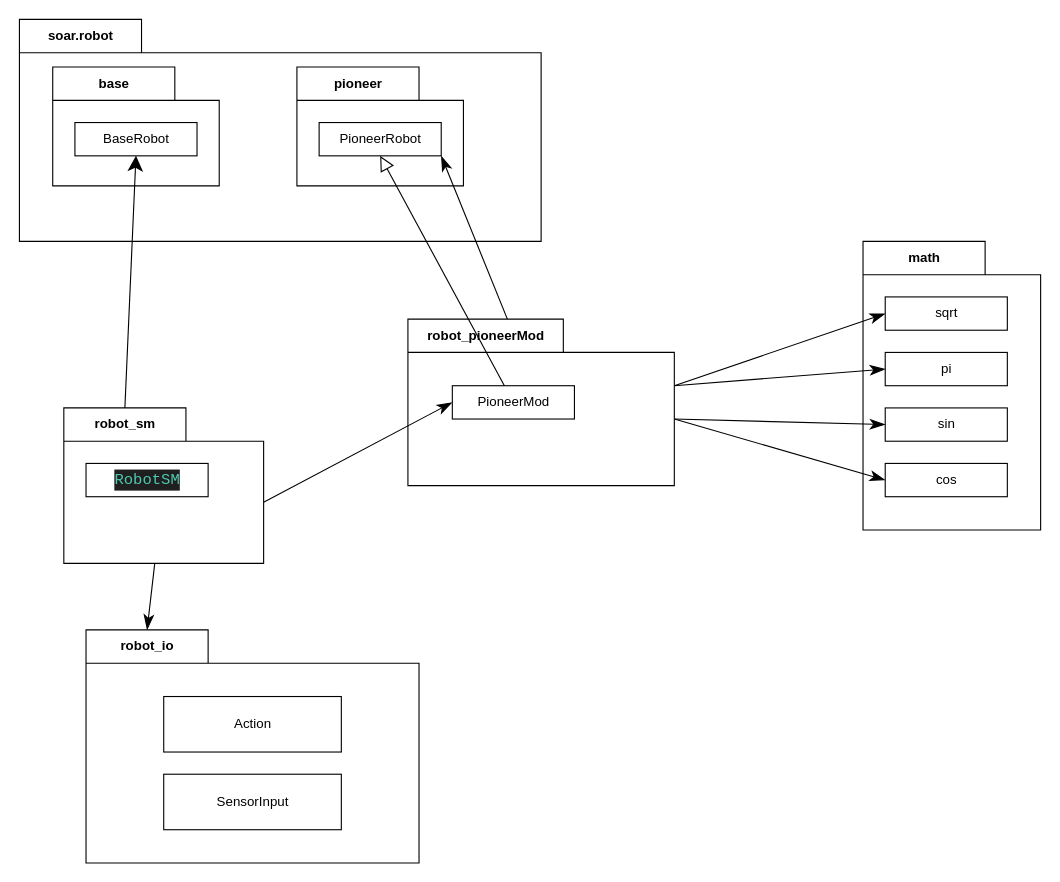
Earlier version of the draw.io diagram lab_robot/lab_class.drawio (m00racle/python_code_6_01sc). Source tidied: cells renumbered, new cells numbered last; positions are measured from the earlier drawing's top-left corner, leaving out a move shared by most shapes. Both pictures are drawn from the tidied source at 111%, with x=0, y=0 at pixel (19, 19).
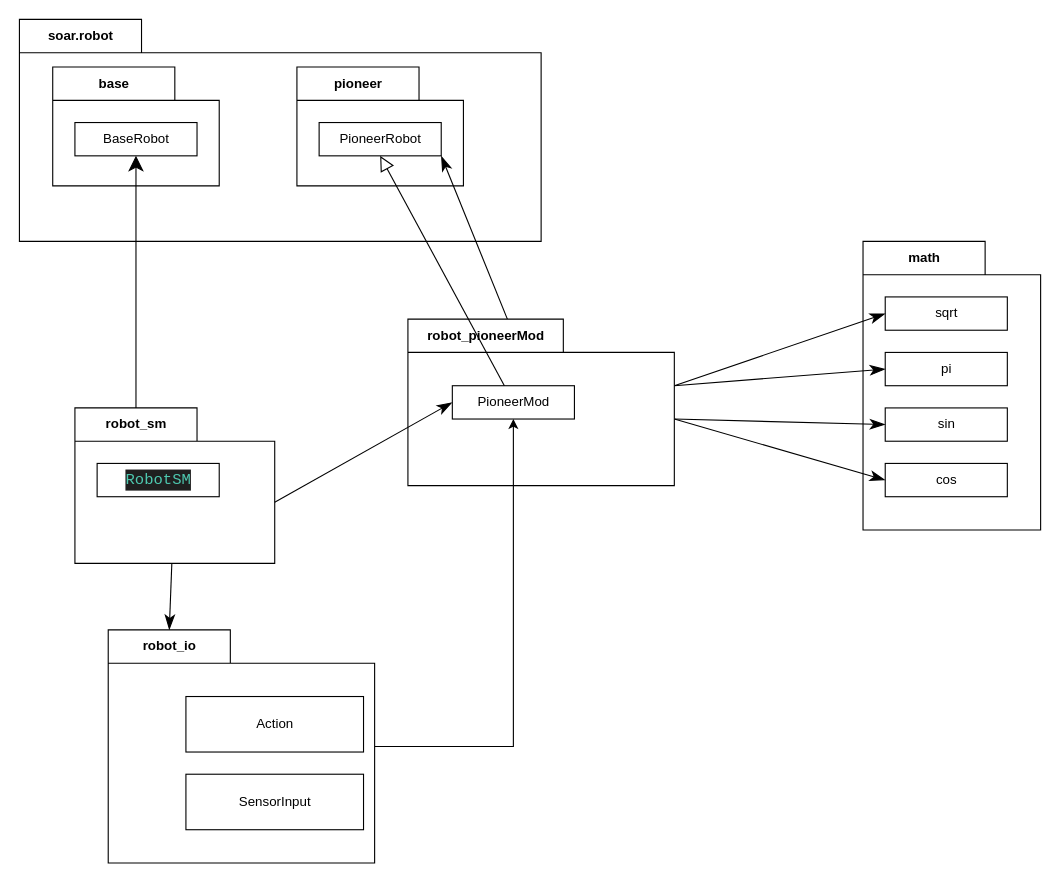
The same diagram, later.

Commit message:
robot_io dependencies

The change refers to these unchanged cells:
```xml
<mxCell id="19" value="PioneerMod" style="html=1;" parent="18" vertex="1">
  <mxGeometry width="110" height="30" relative="1" as="geometry">
    <mxPoint x="40" y="60" as="offset" />
  </mxGeometry>
</mxCell>
```

Change to the diagram source:
```diff
@@
     <mxCell id="22" value="robot_sm" style="shape=folder;fontStyle=1;tabWidth=110;tabHeight=30;tabPosition=left;html=1;boundedLbl=1;labelInHeader=1;" parent="1" vertex="1">
-      <mxGeometry x="40" y="350" width="180" height="140" as="geometry" />
+      <mxGeometry x="50" y="350" width="180" height="140" as="geometry" />
     </mxCell>
@@
+    <mxCell id="29" style="edgeStyle=orthogonalEdgeStyle;rounded=0;jettySize=auto;html=1;entryX=0.5;entryY=1;entryDx=0;entryDy=0;" parent="1" edge="1" source="24" target="19">
+      <mxGeometry relative="1" as="geometry" />
+    </mxCell>
     <mxCell id="24" value="robot_io" style="shape=folder;fontStyle=1;tabWidth=110;tabHeight=30;tabPosition=left;html=1;boundedLbl=1;labelInHeader=1;" parent="1" vertex="1">
-      <mxGeometry x="60" y="550" width="300" height="210" as="geometry" />
+      <mxGeometry x="80" y="550" width="240" height="210" as="geometry" />
     </mxCell>
```
